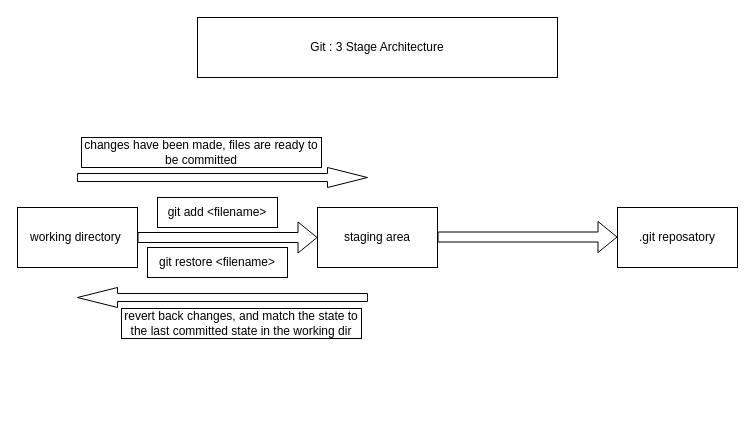
This is Git_architecture.drawio from mj111312/learning-Git, a draw.io file, before an edit. Source tidied: cells renumbered, new cells numbered last; positions are measured from the earlier drawing's top-left corner, leaving out a move shared by most shapes. Both pictures are drawn from the tidied source at 100%, with x=0, y=0 at pixel (17, 17).
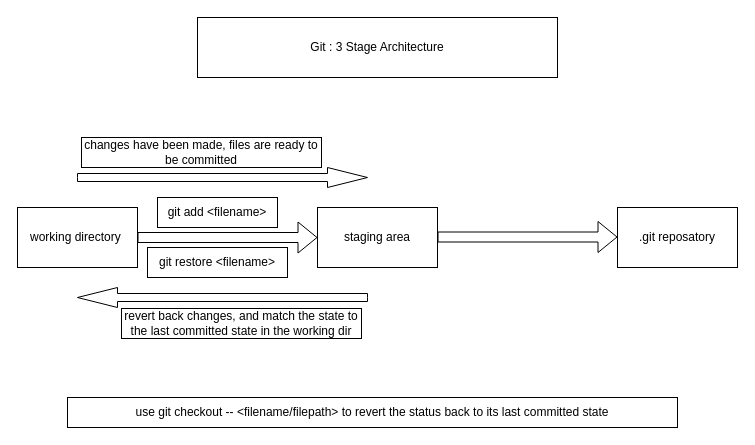
The same diagram, later.

Commit message:
added a block in the architecture diagram about git checkout command

Diff of the diagram source:
```diff
@@
 <mxGraphModel>
   <root>
     <mxCell id="0" />
     <mxCell id="1" parent="0" />
     <mxCell id="2" value="working directory&amp;nbsp;" style="rounded=0;whiteSpace=wrap;html=1;" parent="1" vertex="1">
       <mxGeometry y="190" width="120" height="60" as="geometry" />
     </mxCell>
     <mxCell id="3" value="staging area" style="rounded=0;whiteSpace=wrap;html=1;" parent="1" vertex="1">
       <mxGeometry x="300" y="190" width="120" height="60" as="geometry" />
     </mxCell>
     <mxCell id="4" value=".git reposatory" style="rounded=0;whiteSpace=wrap;html=1;" parent="1" vertex="1">
       <mxGeometry x="600" y="190" width="120" height="60" as="geometry" />
     </mxCell>
     <mxCell id="5" style="shape=flexArrow;endArrow=classic;html=1;rounded=0;exitX=1;exitY=0.5;exitDx=0;exitDy=0;entryX=0;entryY=0.5;entryDx=0;entryDy=0;" parent="1" edge="1" source="2" target="3">
       <mxGeometry relative="1" as="geometry" />
     </mxCell>
     <mxCell id="6" style="shape=flexArrow;endArrow=classic;html=1;rounded=0;exitX=1;exitY=0.5;exitDx=0;exitDy=0;entryX=0;entryY=0.5;entryDx=0;entryDy=0;" parent="1" edge="1">
       <mxGeometry relative="1" as="geometry">
         <mxPoint x="420" y="219.5" as="sourcePoint" />
         <mxPoint x="600" y="219.5" as="targetPoint" />
       </mxGeometry>
     </mxCell>
     <mxCell id="7" value="Git : 3 Stage Architecture" style="rounded=0;whiteSpace=wrap;html=1;" parent="1" vertex="1">
       <mxGeometry x="180" width="360" height="60" as="geometry" />
     </mxCell>
     <mxCell id="8" value="git add &amp;lt;filename&amp;gt;" style="rounded=0;whiteSpace=wrap;html=1;" parent="1" vertex="1">
       <mxGeometry x="140" y="180" width="120" height="30" as="geometry" />
     </mxCell>
     <mxCell id="9" value="git restore &amp;lt;filename&amp;gt;" style="rounded=0;whiteSpace=wrap;html=1;" parent="1" vertex="1">
       <mxGeometry x="130" y="230" width="140" height="30" as="geometry" />
     </mxCell>
     <mxCell id="10" style="html=1;shadow=0;dashed=0;align=center;verticalAlign=middle;shape=mxgraph.arrows2.arrow;dy=0.6;dx=40;flipH=1;notch=0;" parent="1" vertex="1">
       <mxGeometry x="60" y="270" width="290" height="20" as="geometry" />
     </mxCell>
     <mxCell id="11" style="html=1;shadow=0;dashed=0;align=center;verticalAlign=middle;shape=mxgraph.arrows2.arrow;dy=0.6;dx=40;notch=0;" parent="1" vertex="1">
       <mxGeometry x="60" y="150" width="290" height="20" as="geometry" />
     </mxCell>
     <mxCell id="12" value="changes have been made, files are ready to be committed" style="rounded=0;whiteSpace=wrap;html=1;" parent="1" vertex="1">
       <mxGeometry x="64" y="120" width="240" height="30" as="geometry" />
     </mxCell>
     <mxCell id="13" value="revert back changes, and match the state to the last committed state in the working dir" style="rounded=0;whiteSpace=wrap;html=1;" parent="1" vertex="1">
       <mxGeometry x="104" y="291" width="240" height="30" as="geometry" />
     </mxCell>
+    <mxCell id="14" value="use git checkout -- &amp;lt;filename/filepath&amp;gt; to revert the status back to its last committed state" style="rounded=0;whiteSpace=wrap;html=1;" parent="1" vertex="1">
+      <mxGeometry x="50" y="380" width="610" height="30" as="geometry" />
+    </mxCell>
   </root>
 </mxGraphModel>
```
